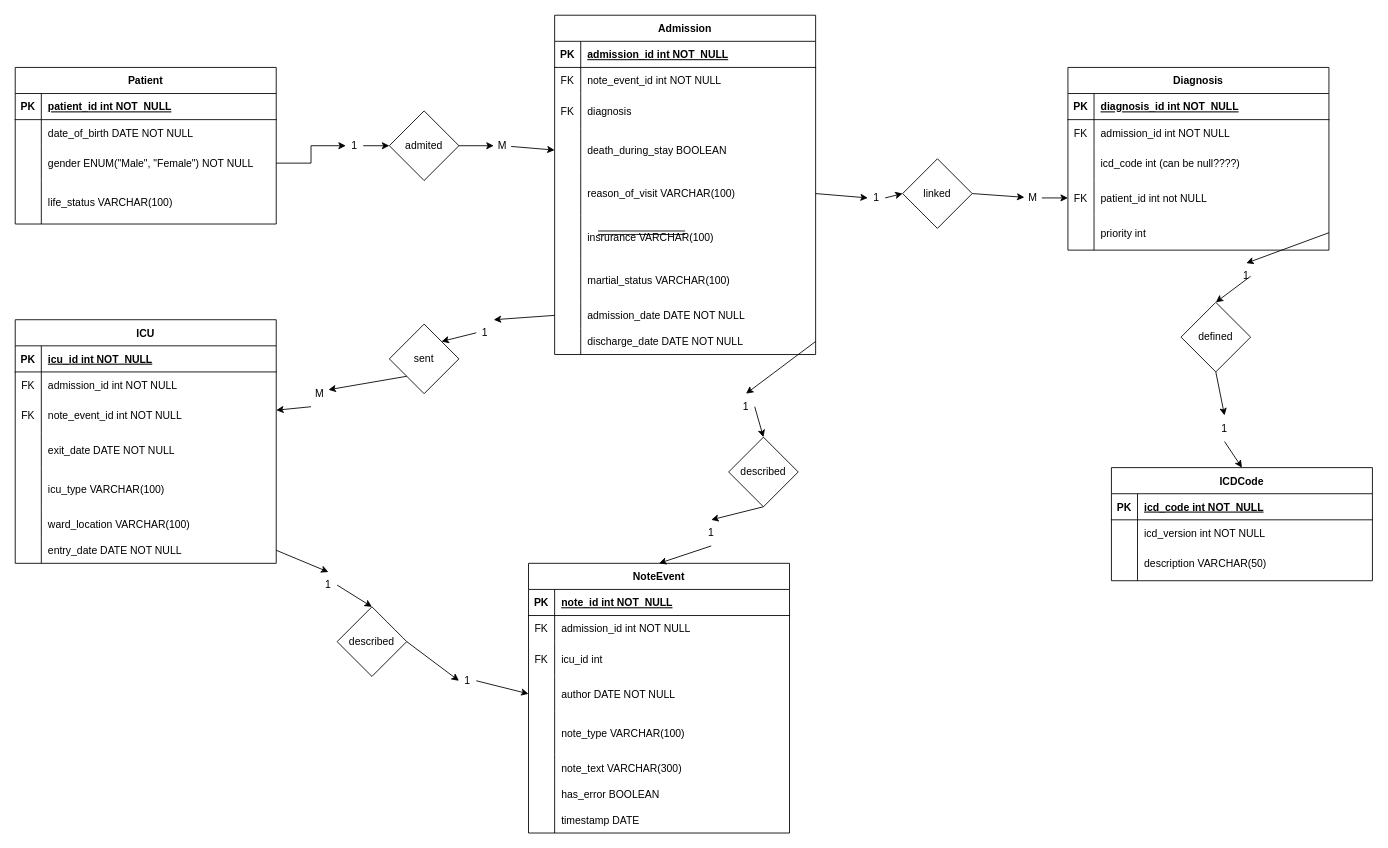
Joshua131313/soen363 keeps this draw.io diagram as page "Page-1" (1 of 3) of Untitled Diagram.drawio. Above is the earlier version. Source tidied: cells renumbered, new cells numbered last; positions are measured from the earlier drawing's top-left corner, leaving out a move shared by most shapes. Both pictures are drawn from the tidied source at 87%, with x=0, y=0 at pixel (15, 15).
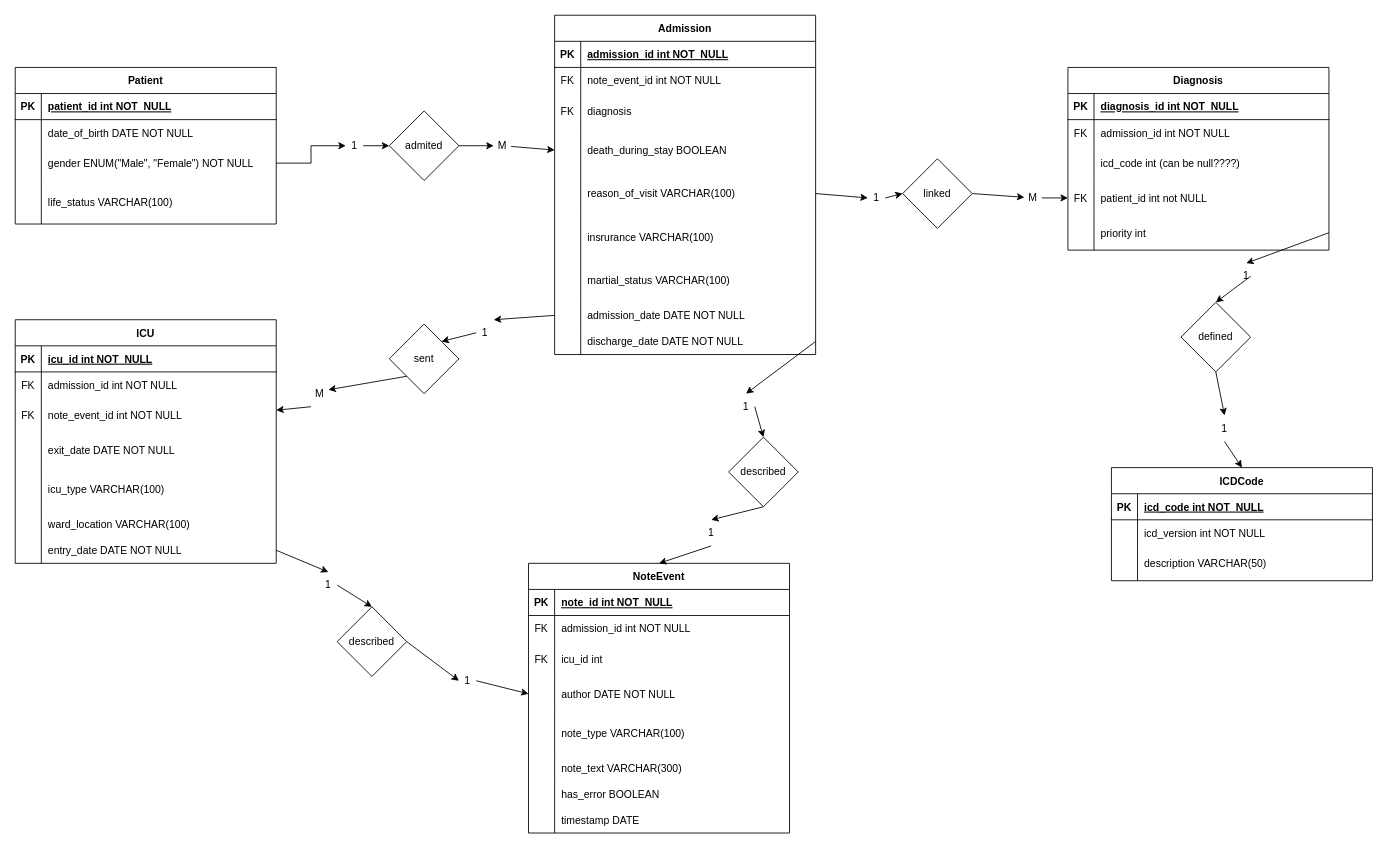
The same page after the edit.

Diff of the diagram source:
```diff
@@
-    <mxCell id="119" style="shape=link;html=1;rounded=0;" parent="1" edge="1">
-      <mxGeometry relative="1" as="geometry">
-        <mxPoint x="670" y="250" as="sourcePoint" />
-        <mxPoint x="770" y="250" as="targetPoint" />
-      </mxGeometry>
-    </mxCell>
```
